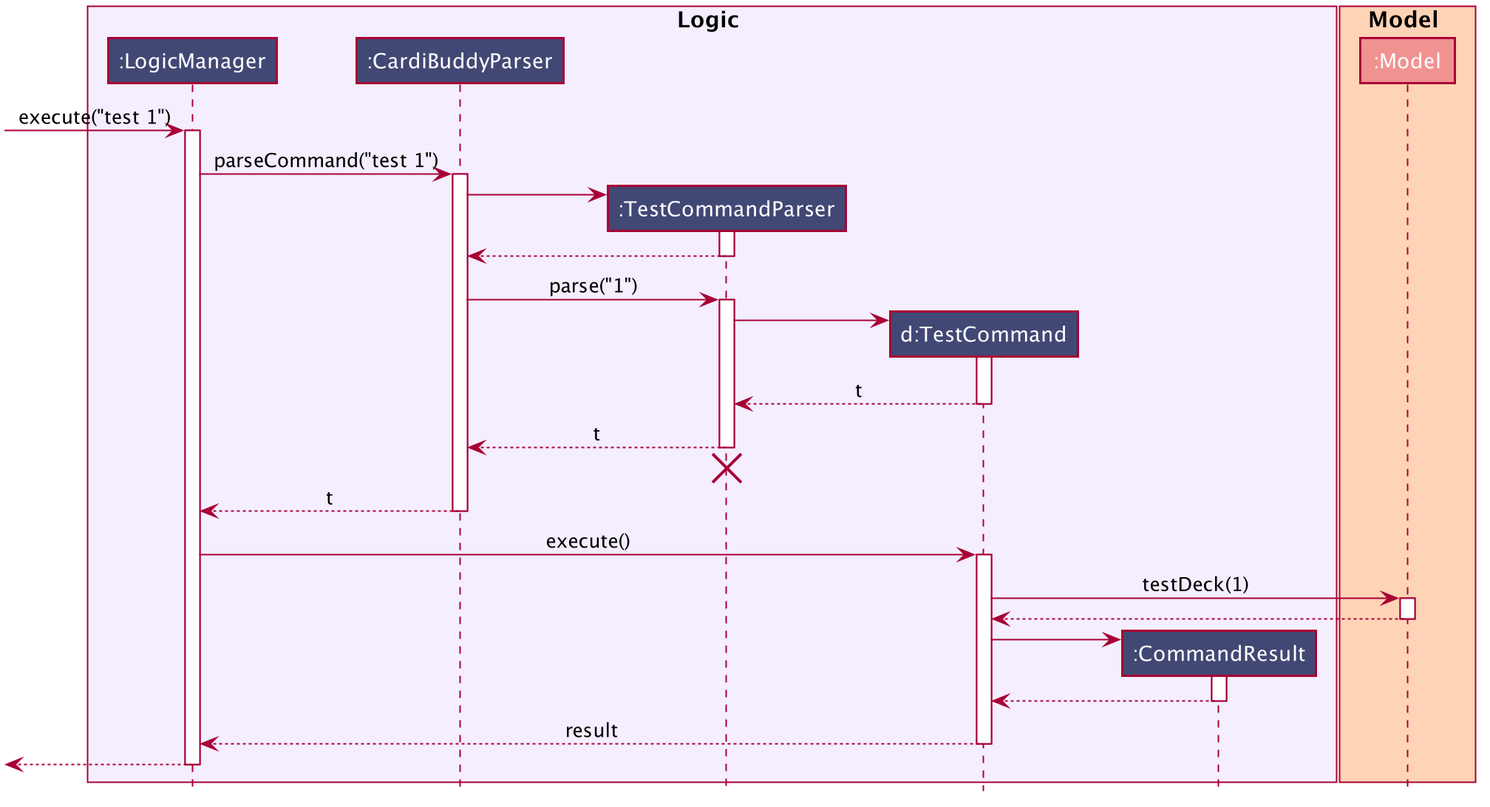
The PlantUML diagram docs/images/TestSequenceDiagram.png in sigmund-c/main, before a commit. Source of this version:
```plantuml
@startuml








skinparam BackgroundColor #FFFFFFF

skinparam Shadowing false

skinparam Class {
    FontColor #FFFFFF
    BorderThickness 1
    BorderColor #FFFFFF
    StereotypeFontColor #FFFFFF
    FontName Arial
}

skinparam Actor {
    BorderColor #000000
    Color #000000
    FontName Arial
}

skinparam Sequence {
    MessageAlign center
    BoxFontSize 15
    BoxPadding 0
    BoxFontColor #000000
    FontName Arial
}

skinparam Participant {
    FontColor #FFFFFFF
    Padding 20
}

skinparam MinClassWidth 50
skinparam ParticipantPadding 10
skinparam Shadowing false
skinparam DefaultTextAlignment center
skinparam packageStyle Rectangle

hide footbox
hide members
hide circle

box Logic #f4eeff
participant ":LogicManager" as LogicManager #424874
participant ":CardiBuddyParser" as CardiBuddyParser #424874
participant ":TestCommandParser" as TestCommandParser #424874
participant "d:TestCommand" as TestCommand #424874
participant ":CommandResult" as CommandResult #424874
end box

box Model #ffd3b6
participant ":Model" as Model #f19292
end box

[-> LogicManager : execute("test 1")
activate LogicManager

LogicManager -> CardiBuddyParser : parseCommand("test 1")
activate CardiBuddyParser

create TestCommandParser
CardiBuddyParser -> TestCommandParser
activate TestCommandParser

TestCommandParser --> CardiBuddyParser
deactivate TestCommandParser

CardiBuddyParser -> TestCommandParser : parse("1")
activate TestCommandParser

create TestCommand
TestCommandParser -> TestCommand
activate TestCommand

TestCommand --> TestCommandParser : t
deactivate TestCommand

TestCommandParser --> CardiBuddyParser : t
deactivate TestCommandParser
TestCommandParser -[hidden]-> CardiBuddyParser
destroy TestCommandParser

CardiBuddyParser --> LogicManager : t
deactivate CardiBuddyParser

LogicManager -> TestCommand : execute()
activate TestCommand

TestCommand -> Model : testDeck(1)
activate Model

Model --> TestCommand
deactivate Model

create CommandResult
TestCommand -> CommandResult
activate CommandResult

CommandResult --> TestCommand
deactivate CommandResult

TestCommand --> LogicManager : result
deactivate TestCommand

[<--LogicManager
deactivate LogicManager
@enduml
```
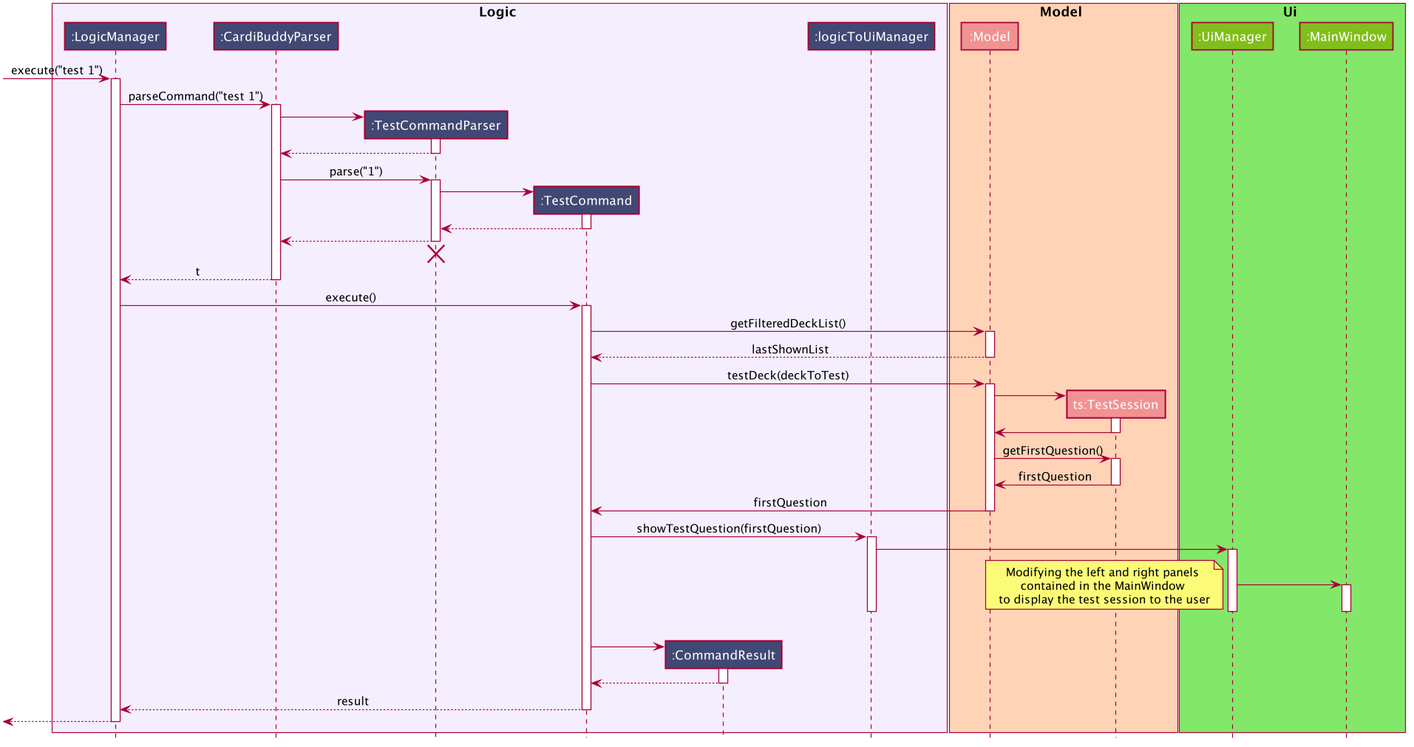
Later version of the same file.

Commit message:
edit TestSequenceDiagram and Architecture Diagram

Change to the diagram source:
```diff
@@ -20,8 +20,8 @@
 }
 
 skinparam Actor {
-    BorderColor #000000
-    Color #000000
+    BorderColor #FFFFFF
+    Color #FFFFFF
     FontName Arial
 }
 
@@ -52,13 +52,20 @@
 participant ":LogicManager" as LogicManager #424874
 participant ":CardiBuddyParser" as CardiBuddyParser #424874
 participant ":TestCommandParser" as TestCommandParser #424874
-participant "d:TestCommand" as TestCommand #424874
+participant ":TestCommand" as TestCommand #424874
 participant ":CommandResult" as CommandResult #424874
+participant ":logicToUiManager" as LogicToUiManager #424874
 end box
 
 box Model #ffd3b6
 participant ":Model" as Model #f19292
+participant "ts:TestSession" as TestSession #f19292
 end box
+
+box Ui #83E769
+participant ":UiManager" as UiManager #81BE1C
+participant ":MainWindow" as MainWindow #81BE1C
+endbox
 
 [-> LogicManager : execute("test 1")
 activate LogicManager
@@ -80,10 +87,10 @@
 TestCommandParser -> TestCommand
 activate TestCommand
 
-TestCommand --> TestCommandParser : t
+TestCommand --> TestCommandParser
 deactivate TestCommand
 
-TestCommandParser --> CardiBuddyParser : t
+TestCommandParser --> CardiBuddyParser
 deactivate TestCommandParser
 TestCommandParser -[hidden]-> CardiBuddyParser
 destroy TestCommandParser
@@ -94,12 +101,50 @@
 LogicManager -> TestCommand : execute()
 activate TestCommand
 
-TestCommand -> Model : testDeck(1)
+TestCommand -> Model : getFilteredDeckList()
 activate Model
 
-Model --> TestCommand
+Model --> TestCommand : lastShownList
 deactivate Model
 
+TestCommand -> Model : testDeck(deckToTest)
+activate Model
+
+create TestSession
+Model -> TestSession
+activate TestSession
+
+TestSession -> Model
+deactivate TestSession
+
+Model -> TestSession : getFirstQuestion()
+activate TestSession
+
+TestSession -> Model : firstQuestion
+deactivate TestSession
+
+Model -> TestCommand : firstQuestion
+deactivate Model
+
+TestCommand -> LogicToUiManager : showTestQuestion(firstQuestion)
+activate LogicToUiManager
+
+LogicToUiManager -> UiManager
+activate UiManager
+
+UiManager -> MainWindow
+activate MainWindow
+
+deactivate MainWindow
+deactivate UiManager
+
+note bottom
+    Modifying the left and right panels
+    contained in the MainWindow
+    to display the test session to the user
+end note
+
+deactivate LogicToUiManager
 create CommandResult
 TestCommand -> CommandResult
 activate CommandResult
```
